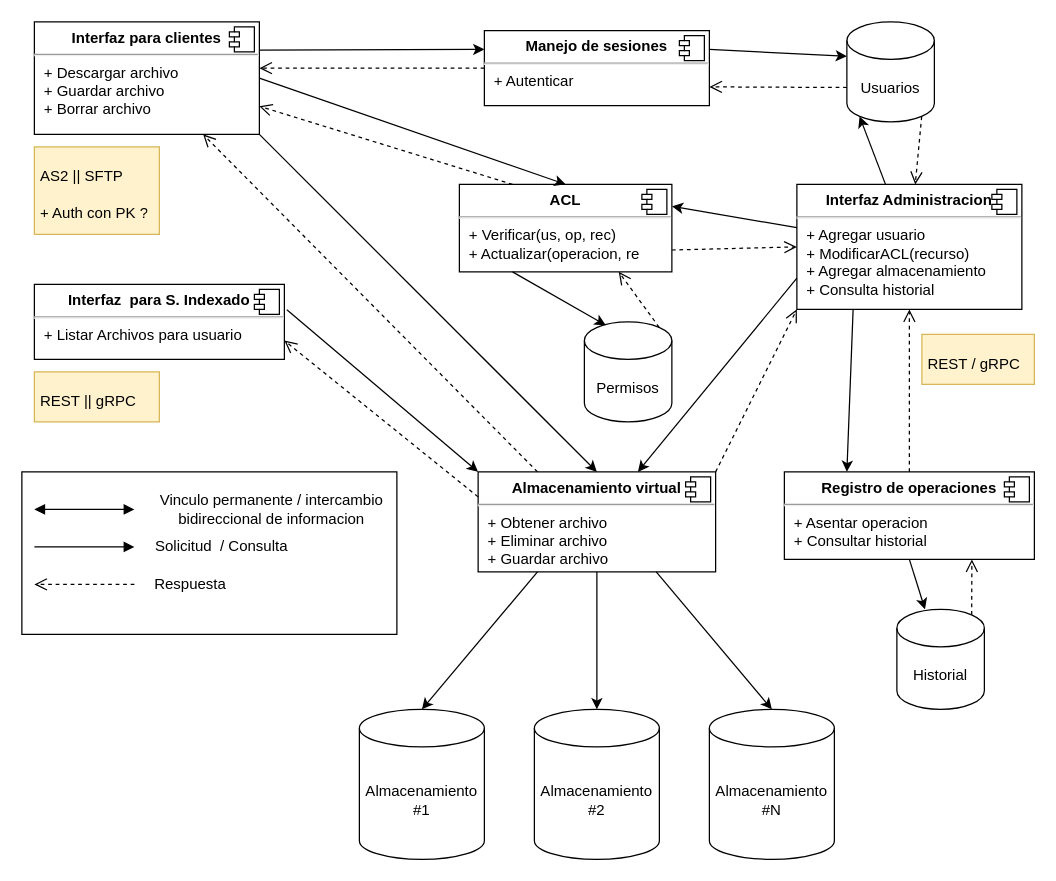
mredolatti/tf keeps this draw.io diagram as page "Servicio de almacenamiento" (3 of 3) of docs/diagramas/tf.drawio. Above is the earlier version. Source tidied: cells renumbered, new cells numbered last; positions are measured from the earlier drawing's top-left corner, leaving out a move shared by most shapes. Both pictures are drawn from the tidied source at 125%, with x=0, y=0 at pixel (21, 21).
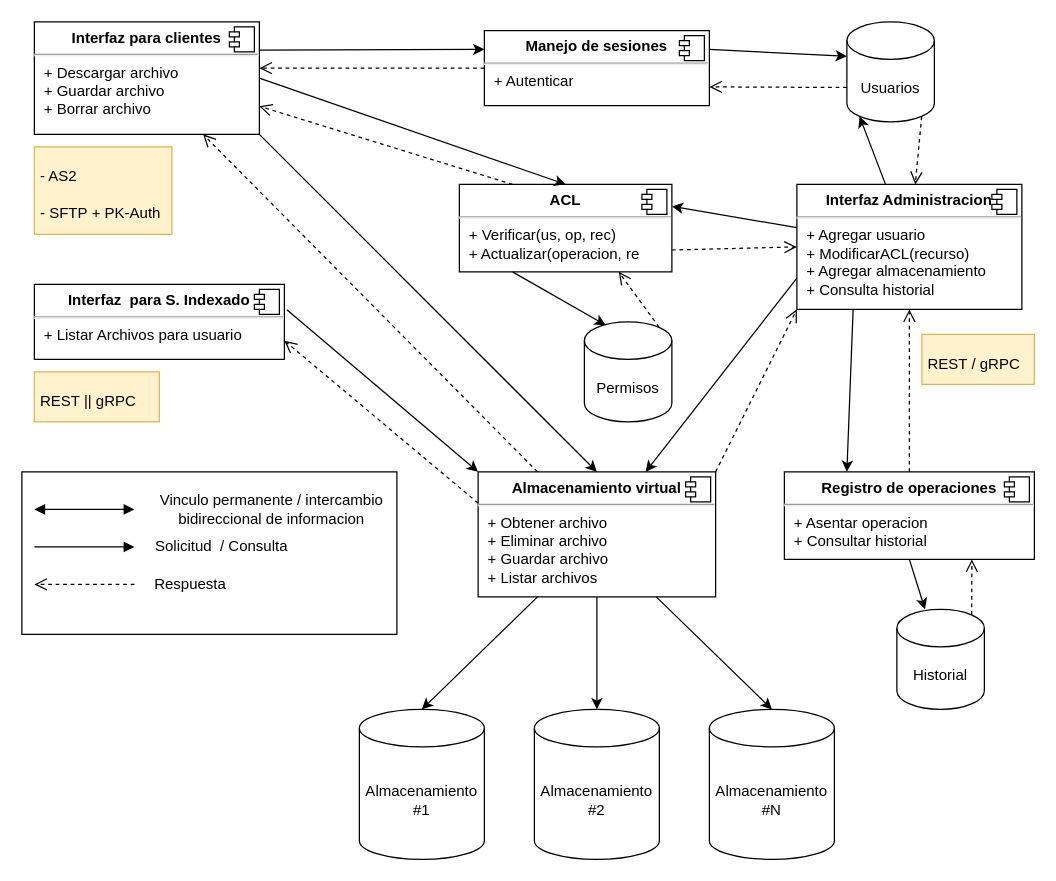
After the change.

Change to the diagram source:
```diff
@@
-    <mxCell id="4" value="&lt;p style=&quot;margin: 0px ; margin-top: 6px ; text-align: center&quot;&gt;&lt;b&gt;Almacenamiento virtual&lt;/b&gt;&lt;/p&gt;&lt;hr&gt;&lt;p style=&quot;margin: 0px ; margin-left: 8px&quot;&gt;+ Obtener archivo&lt;/p&gt;&lt;p style=&quot;margin: 0px ; margin-left: 8px&quot;&gt;+ Eliminar archivo&lt;/p&gt;&lt;p style=&quot;margin: 0px ; margin-left: 8px&quot;&gt;+ Guardar archivo&lt;/p&gt;" style="align=left;overflow=fill;html=1;" parent="1" vertex="1">
-      <mxGeometry x="365" y="360" width="190" height="80" as="geometry" />
+    <mxCell id="4" value="&lt;p style=&quot;margin: 0px ; margin-top: 6px ; text-align: center&quot;&gt;&lt;b&gt;Almacenamiento virtual&lt;/b&gt;&lt;/p&gt;&lt;hr&gt;&lt;p style=&quot;margin: 0px ; margin-left: 8px&quot;&gt;+ Obtener archivo&lt;/p&gt;&lt;p style=&quot;margin: 0px ; margin-left: 8px&quot;&gt;+ Eliminar archivo&lt;/p&gt;&lt;p style=&quot;margin: 0px ; margin-left: 8px&quot;&gt;+ Guardar archivo&lt;/p&gt;&lt;p style=&quot;margin: 0px ; margin-left: 8px&quot;&gt;+ Listar archivos&lt;/p&gt;" style="align=left;overflow=fill;html=1;" parent="1" vertex="1">
+      <mxGeometry x="365" y="360" width="190" height="100" as="geometry" />
     </mxCell>
@@
-    <mxCell id="16" value="&lt;h1&gt;&lt;span style=&quot;font-size: 12px ; font-weight: normal&quot;&gt;AS2 || SFTP &lt;br&gt;+ Auth con PK ?&lt;/span&gt;&lt;br&gt;&lt;/h1&gt;" style="text;html=1;strokeColor=#d6b656;fillColor=#fff2cc;spacing=5;spacingTop=-20;whiteSpace=wrap;overflow=hidden;rounded=0;" parent="1" vertex="1">
-      <mxGeometry x="10" y="100" width="100" height="70" as="geometry" />
+    <mxCell id="16" value="&lt;h1&gt;&lt;span style=&quot;font-size: 12px ; font-weight: normal&quot;&gt;- AS2&lt;br&gt;- SFTP&amp;nbsp;+ PK-Auth&lt;/span&gt;&lt;br&gt;&lt;/h1&gt;" style="text;html=1;strokeColor=#d6b656;fillColor=#fff2cc;spacing=5;spacingTop=-20;whiteSpace=wrap;overflow=hidden;rounded=0;" parent="1" vertex="1">
+      <mxGeometry x="10" y="100" width="110" height="70" as="geometry" />
     </mxCell>
```
